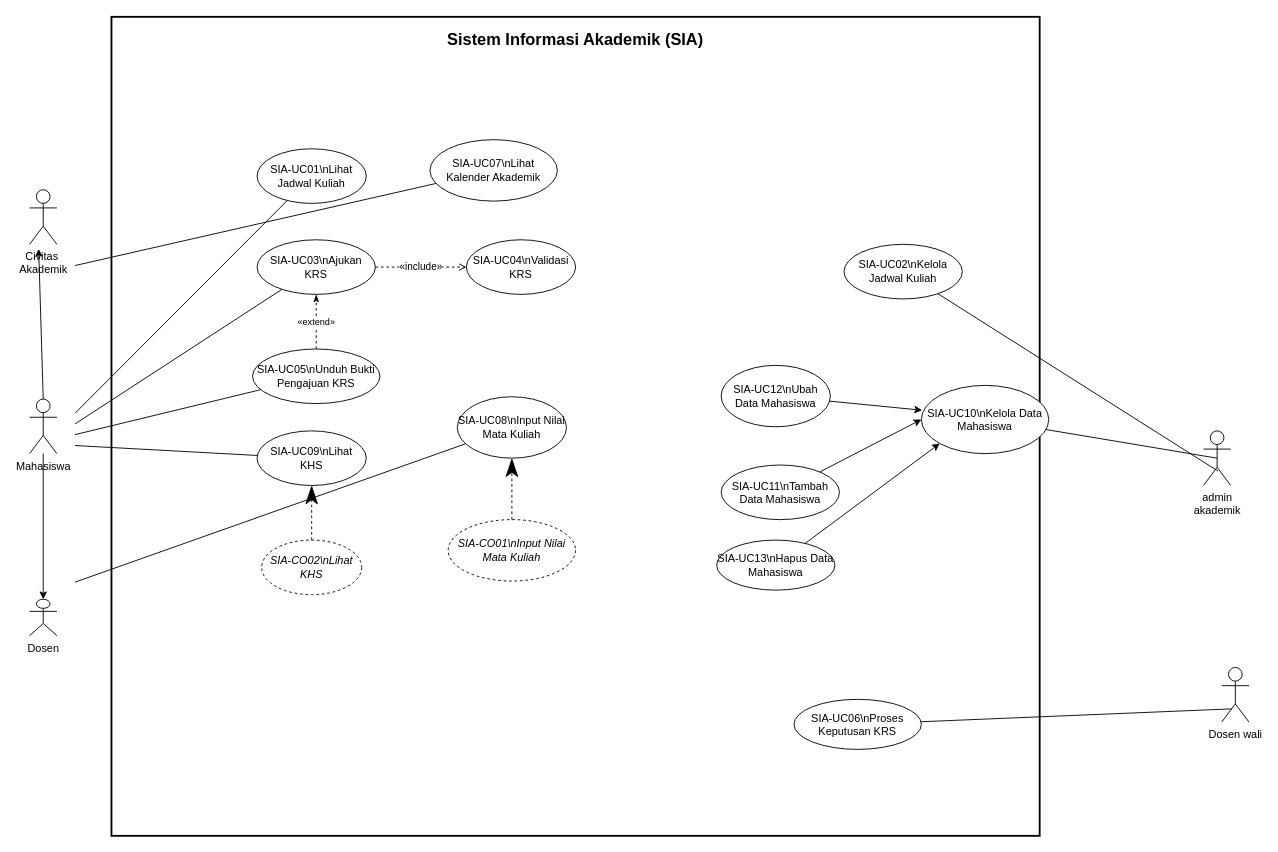
Before: 03_latihan_tools/P04/SIA/P04_SIA_notasi_usecase_v01.drawio in 2406104/IFRWP5149_2406104_LabAlat, a draw.io diagram. Source tidied: cells renumbered, new cells numbered last; positions are measured from the earlier drawing's top-left corner, leaving out a move shared by most shapes. Both pictures are drawn from the tidied source at 91%, with x=0, y=0 at pixel (29, 16).
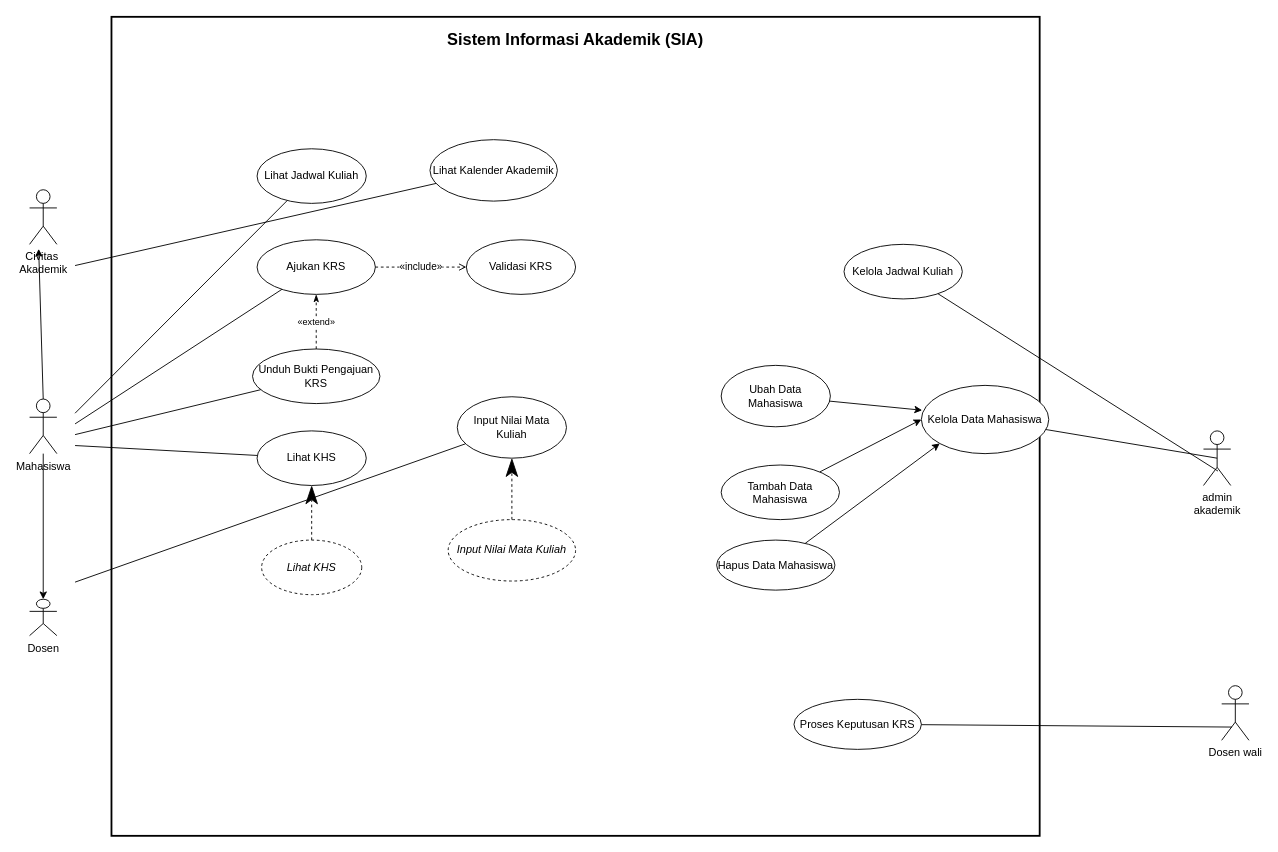
Above is the later version.

What changed in the source:
```diff
@@
-    <mxCell id="3" value="SIA-UC01\nLihat Jadwal Kuliah" style="ellipse;whiteSpace=wrap;html=1;fontSize=12;" parent="1" vertex="1">
+    <mxCell id="3" value="Lihat Jadwal Kuliah" style="ellipse;whiteSpace=wrap;html=1;fontSize=12;" parent="1" vertex="1">
       <mxGeometry x="250" y="145" width="120" height="60" as="geometry" />
     </mxCell>
-    <mxCell id="4" value="SIA-UC02\nKelola Jadwal Kuliah" style="ellipse;whiteSpace=wrap;html=1;fontSize=12;" parent="1" vertex="1">
+    <mxCell id="4" value="Kelola Jadwal Kuliah" style="ellipse;whiteSpace=wrap;html=1;fontSize=12;" parent="1" vertex="1">
       <mxGeometry x="895" y="250" width="130" height="60" as="geometry" />
     </mxCell>
-    <mxCell id="5" value="SIA-UC03\nAjukan KRS" style="ellipse;whiteSpace=wrap;html=1;fontSize=12;" parent="1" vertex="1">
+    <mxCell id="5" value="Ajukan KRS" style="ellipse;whiteSpace=wrap;html=1;fontSize=12;" parent="1" vertex="1">
       <mxGeometry x="250" y="245" width="130" height="60" as="geometry" />
     </mxCell>
-    <mxCell id="6" value="SIA-UC04\nValidasi KRS" style="ellipse;whiteSpace=wrap;html=1;fontSize=12;" parent="1" vertex="1">
+    <mxCell id="6" value="Validasi KRS" style="ellipse;whiteSpace=wrap;html=1;fontSize=12;" parent="1" vertex="1">
       <mxGeometry x="480" y="245" width="120" height="60" as="geometry" />
     </mxCell>
-    <mxCell id="7" value="SIA-UC05\nUnduh Bukti Pengajuan KRS" style="ellipse;whiteSpace=wrap;html=1;fontSize=12;" parent="1" vertex="1">
+    <mxCell id="7" value="Unduh Bukti Pengajuan KRS" style="ellipse;whiteSpace=wrap;html=1;fontSize=12;" parent="1" vertex="1">
       <mxGeometry x="245" y="365" width="140" height="60" as="geometry" />
     </mxCell>
-    <mxCell id="8" value="SIA-UC06\nProses Keputusan KRS" style="ellipse;whiteSpace=wrap;html=1;fontSize=12;" parent="1" vertex="1">
+    <mxCell id="8" value="Proses Keputusan KRS" style="ellipse;whiteSpace=wrap;html=1;fontSize=12;" parent="1" vertex="1">
       <mxGeometry x="840" y="750" width="140" height="55" as="geometry" />
     </mxCell>
-    <mxCell id="9" value="SIA-UC07\nLihat Kalender Akademik" style="ellipse;whiteSpace=wrap;html=1;fontSize=12;" parent="1" vertex="1">
+    <mxCell id="9" value="Lihat Kalender Akademik" style="ellipse;whiteSpace=wrap;html=1;fontSize=12;" parent="1" vertex="1">
       <mxGeometry x="440" y="135" width="140" height="67.5" as="geometry" />
     </mxCell>
-    <mxCell id="10" value="SIA-UC08\nInput Nilai Mata Kuliah" style="ellipse;whiteSpace=wrap;html=1;fontSize=12;" parent="1" vertex="1">
+    <mxCell id="10" value="Input Nilai Mata Kuliah" style="ellipse;whiteSpace=wrap;html=1;fontSize=12;" parent="1" vertex="1">
       <mxGeometry x="470" y="417.5" width="120" height="67.5" as="geometry" />
     </mxCell>
-    <mxCell id="11" value="SIA-UC09\nLihat KHS" style="ellipse;whiteSpace=wrap;html=1;fontSize=12;" parent="1" vertex="1">
+    <mxCell id="11" value="Lihat KHS" style="ellipse;whiteSpace=wrap;html=1;fontSize=12;" parent="1" vertex="1">
       <mxGeometry x="250" y="455" width="120" height="60" as="geometry" />
     </mxCell>
-    <mxCell id="12" value="SIA-UC10\nKelola Data Mahasiswa" style="ellipse;whiteSpace=wrap;html=1;fontSize=12;" parent="1" vertex="1">
+    <mxCell id="12" value="Kelola Data Mahasiswa" style="ellipse;whiteSpace=wrap;html=1;fontSize=12;" parent="1" vertex="1">
       <mxGeometry x="980" y="405" width="140" height="75" as="geometry" />
     </mxCell>
@@
-    <mxCell id="14" value="SIA-UC11\nTambah Data Mahasiswa" style="ellipse;whiteSpace=wrap;html=1;fontSize=12;" parent="1" vertex="1">
+    <mxCell id="14" value="Tambah Data Mahasiswa" style="ellipse;whiteSpace=wrap;html=1;fontSize=12;" parent="1" vertex="1">
       <mxGeometry x="760" y="492.5" width="130" height="60" as="geometry" />
     </mxCell>
-    <mxCell id="15" value="SIA-UC12\nUbah Data Mahasiswa" style="ellipse;whiteSpace=wrap;html=1;fontSize=12;" parent="1" vertex="1">
+    <mxCell id="15" value="Ubah Data Mahasiswa" style="ellipse;whiteSpace=wrap;html=1;fontSize=12;" parent="1" vertex="1">
       <mxGeometry x="760" y="383" width="120" height="67.5" as="geometry" />
     </mxCell>
@@
-    <mxCell id="17" value="SIA-UC13\nHapus Data Mahasiswa" style="ellipse;whiteSpace=wrap;html=1;fontSize=12;" parent="1" vertex="1">
+    <mxCell id="17" value="Hapus Data Mahasiswa" style="ellipse;whiteSpace=wrap;html=1;fontSize=12;" parent="1" vertex="1">
       <mxGeometry x="755" y="575" width="130" height="55" as="geometry" />
     </mxCell>
-    <mxCell id="18" value="SIA-CO01\nInput Nilai Mata Kuliah" style="ellipse;dashed=1;whiteSpace=wrap;html=1;fontStyle=2;fontSize=12;" parent="1" vertex="1">
+    <mxCell id="18" value="Input Nilai Mata Kuliah" style="ellipse;dashed=1;whiteSpace=wrap;html=1;fontStyle=2;fontSize=12;" parent="1" vertex="1">
       <mxGeometry x="460" y="552.5" width="140" height="67.5" as="geometry" />
     </mxCell>
-    <mxCell id="19" value="SIA-CO02\nLihat KHS" style="ellipse;dashed=1;whiteSpace=wrap;html=1;fontStyle=2;fontSize=12;" parent="1" vertex="1">
+    <mxCell id="19" value="Lihat KHS" style="ellipse;dashed=1;whiteSpace=wrap;html=1;fontStyle=2;fontSize=12;" parent="1" vertex="1">
       <mxGeometry x="255" y="575" width="110" height="60" as="geometry" />
     </mxCell>
@@
     <mxCell id="39" value="Dosen wali" style="shape=umlActor;verticalLabelPosition=bottom;verticalAlign=top;html=1;" parent="1" vertex="1">
-      <mxGeometry x="1310" y="715" width="30" height="60" as="geometry" />
+      <mxGeometry x="1310" y="735" width="30" height="60" as="geometry" />
     </mxCell>
```
